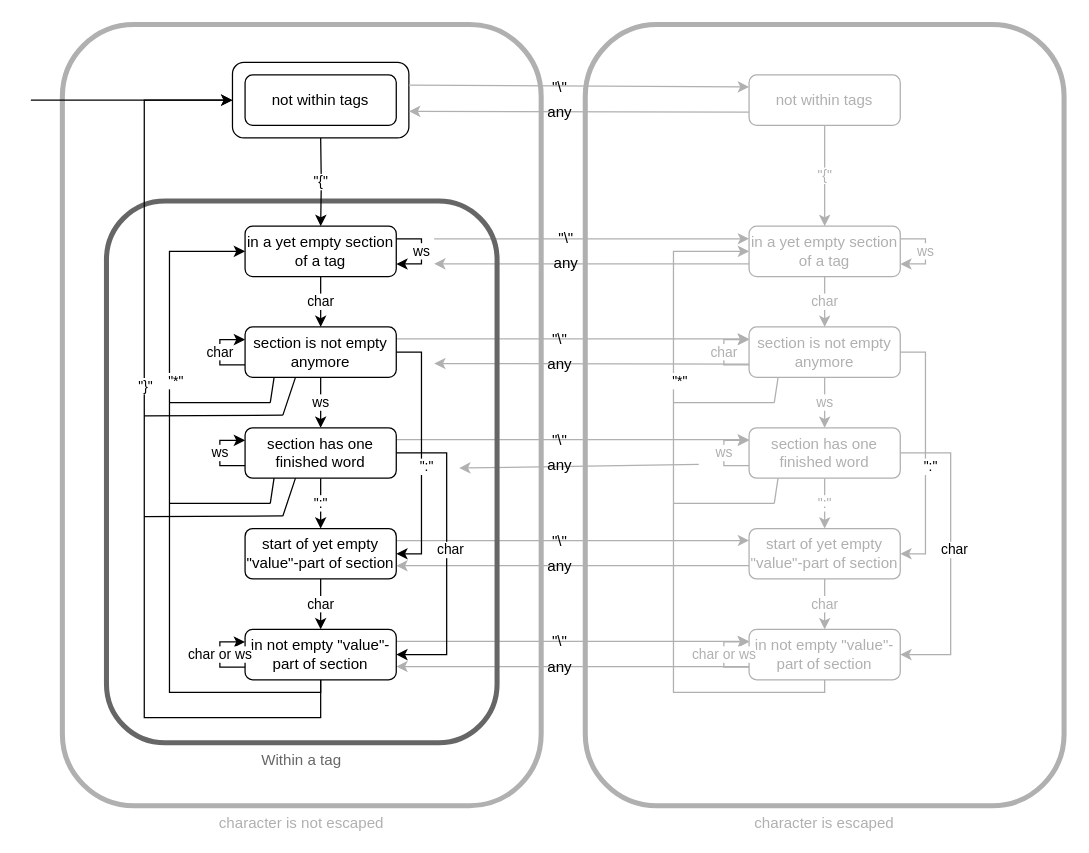
Earlier version of the draw.io diagram docs/images/template-as-finite-state-machine.drawio (phseiff/gender-render). Source tidied: cells renumbered, new cells numbered last; positions are measured from the earlier drawing's top-left corner, leaving out a move shared by most shapes. Both pictures are drawn from the tidied source at 126%, with x=0, y=0 at pixel (30, 24).
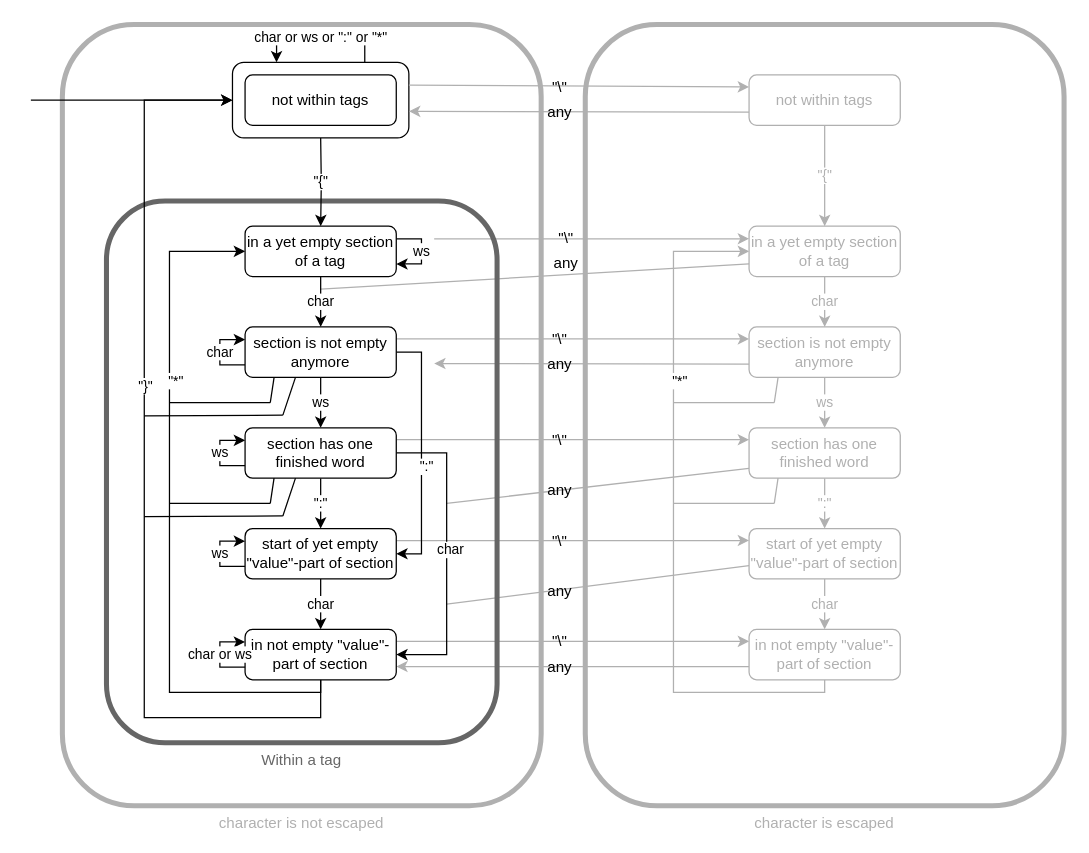
After the change.

The change refers to these unchanged cells:
```xml
<mxCell id="3" style="rounded=1;whiteSpace=wrap;html=1;strokeWidth=1;fillColor=none;fontColor=#000000;" parent="1" vertex="1">
  <mxGeometry x="160" y="30" width="140" height="60" as="geometry" />
</mxCell>
<mxCell id="18" value="&lt;font color=&quot;#666666&quot;&gt;Within a tag&lt;/font&gt;" style="rounded=1;whiteSpace=wrap;html=1;fillColor=none;strokeWidth=4;labelPosition=center;verticalLabelPosition=bottom;align=center;verticalAlign=top;strokeColor=#666666;" parent="1" vertex="1">
  <mxGeometry x="60" y="140" width="310" height="430" as="geometry" />
</mxCell>
<mxCell id="34" value="start of yet empty &quot;value&quot;-part of section " style="rounded=1;whiteSpace=wrap;html=1;" parent="1" vertex="1">
  <mxGeometry x="170" y="400" width="120" height="40" as="geometry" />
</mxCell>
<mxCell id="49" value="in a yet empty section of a tag" style="rounded=1;whiteSpace=wrap;html=1;fontColor=#B0B0B0;strokeColor=#B0B0B0;" parent="1" vertex="1">
  <mxGeometry x="570" y="160" width="120" height="40" as="geometry" />
</mxCell>
<mxCell id="55" value="section is not empty anymore" style="rounded=1;whiteSpace=wrap;html=1;fontColor=#B0B0B0;strokeColor=#B0B0B0;" parent="1" vertex="1">
  <mxGeometry x="570" y="240" width="120" height="40" as="geometry" />
</mxCell>
<mxCell id="59" value="section has one finished word" style="rounded=1;whiteSpace=wrap;html=1;fontColor=#B0B0B0;strokeColor=#B0B0B0;" parent="1" vertex="1">
  <mxGeometry x="570" y="320" width="120" height="40" as="geometry" />
</mxCell>
<mxCell id="61" value="start of yet empty &quot;value&quot;-part of section " style="rounded=1;whiteSpace=wrap;html=1;fontColor=#B0B0B0;strokeColor=#B0B0B0;" parent="1" vertex="1">
  <mxGeometry x="570" y="400" width="120" height="40" as="geometry" />
</mxCell>
<mxCell id="65" value="in not empty &quot;value&quot;-part of section" style="rounded=1;whiteSpace=wrap;html=1;fontColor=#B0B0B0;strokeColor=#B0B0B0;" parent="1" vertex="1">
  <mxGeometry x="570" y="480" width="120" height="40" as="geometry" />
</mxCell>
```

Diff of the diagram source:
```diff
@@
+    <mxCell id="17" value="&lt;font color=&quot;#B0B0B0&quot;&gt;character is escaped&lt;br&gt;&lt;/font&gt;" style="rounded=1;whiteSpace=wrap;html=1;fillColor=none;strokeColor=#B0B0B0;strokeWidth=4;labelPosition=center;verticalLabelPosition=bottom;align=center;verticalAlign=top;" parent="1" vertex="1">
+      <mxGeometry x="440" width="380" height="620" as="geometry" />
+    </mxCell>
+    <mxCell id="16" value="&lt;font color=&quot;#B0B0B0&quot;&gt;character is not escaped&lt;br&gt;&lt;/font&gt;" style="rounded=1;whiteSpace=wrap;html=1;fillColor=none;strokeColor=#B0B0B0;strokeWidth=4;labelPosition=center;verticalLabelPosition=bottom;align=center;verticalAlign=top;" parent="1" vertex="1">
+      <mxGeometry x="25" width="380" height="620" as="geometry" />
+    </mxCell>
@@
-    <mxCell id="5" style="endArrow=classic;html=1;fontColor=#000000;exitX=0;exitY=0.75;exitDx=0;exitDy=0;entryX=0.839;entryY=0.116;entryDx=0;entryDy=0;strokeColor=#B0B0B0;entryPerimeter=0;" parent="1" edge="1" source="49" target="18">
-      <mxGeometry relative="1" as="geometry" />
+    <mxCell id="5" style="endArrow=none;html=1;fontColor=#000000;exitX=0;exitY=0.75;exitDx=0;exitDy=0;strokeColor=#B0B0B0;endFill=0;" parent="1" edge="1" source="49">
+      <mxGeometry relative="1" as="geometry">
+        <mxPoint x="230" y="210" as="targetPoint" />
+      </mxGeometry>
     </mxCell>
@@
-    <mxCell id="9" style="endArrow=classic;html=1;fontColor=#000000;strokeColor=#B0B0B0;entryX=0.903;entryY=0.493;entryDx=0;entryDy=0;entryPerimeter=0;exitX=0.237;exitY=0.563;exitDx=0;exitDy=0;exitPerimeter=0;" parent="1" edge="1" source="17" target="18">
-      <mxGeometry relative="1" as="geometry" />
+    <mxCell id="9" style="endArrow=none;html=1;fontColor=#000000;strokeColor=#B0B0B0;endFill=0;exitX=0.342;exitY=0.568;exitDx=0;exitDy=0;exitPerimeter=0;" parent="1" edge="1" source="17">
+      <mxGeometry relative="1" as="geometry">
+        <mxPoint x="330" y="380" as="targetPoint" />
+      </mxGeometry>
     </mxCell>
@@
-    <mxCell id="11" style="endArrow=classic;html=1;fontColor=#000000;exitX=0;exitY=0.75;exitDx=0;exitDy=0;entryX=1;entryY=0.75;entryDx=0;entryDy=0;strokeColor=#B0B0B0;" parent="1" edge="1">
+    <mxCell id="11" style="endArrow=none;html=1;fontColor=#000000;exitX=0;exitY=0.75;exitDx=0;exitDy=0;strokeColor=#B0B0B0;endFill=0;" parent="1" edge="1">
       <mxGeometry relative="1" as="geometry">
         <mxPoint x="570" y="429.5" as="sourcePoint" />
-        <mxPoint x="290" y="429.5" as="targetPoint" />
+        <mxPoint x="330" y="460" as="targetPoint" />
       </mxGeometry>
     </mxCell>
@@
-    <mxCell id="16" value="&lt;font color=&quot;#B0B0B0&quot;&gt;character is not escaped&lt;br&gt;&lt;/font&gt;" style="rounded=1;whiteSpace=wrap;html=1;fillColor=none;strokeColor=#B0B0B0;strokeWidth=4;labelPosition=center;verticalLabelPosition=bottom;align=center;verticalAlign=top;" parent="1" vertex="1">
-      <mxGeometry x="25" width="380" height="620" as="geometry" />
-    </mxCell>
-    <mxCell id="17" value="&lt;font color=&quot;#B0B0B0&quot;&gt;character is escaped&lt;br&gt;&lt;/font&gt;" style="rounded=1;whiteSpace=wrap;html=1;fillColor=none;strokeColor=#B0B0B0;strokeWidth=4;labelPosition=center;verticalLabelPosition=bottom;align=center;verticalAlign=top;" parent="1" vertex="1">
-      <mxGeometry x="440" width="380" height="620" as="geometry" />
-    </mxCell>
@@
-    <mxCell id="50" value="ws" style="edgeStyle=orthogonalEdgeStyle;rounded=0;orthogonalLoop=1;jettySize=auto;html=1;fontColor=#B0B0B0;strokeColor=#B0B0B0;" parent="1" edge="1" source="49" target="49">
-      <mxGeometry relative="1" as="geometry" />
-    </mxCell>
@@
-    <mxCell id="52" style="edgeStyle=orthogonalEdgeStyle;rounded=0;jettySize=auto;html=1;entryX=1;entryY=0.5;entryDx=0;entryDy=0;fontColor=#B0B0B0;strokeColor=#B0B0B0;" parent="1" edge="1" source="55" target="61">
-      <mxGeometry relative="1" as="geometry">
-        <Array as="points">
-          <mxPoint x="710" y="260" />
-          <mxPoint x="710" y="420" />
-        </Array>
-      </mxGeometry>
-    </mxCell>
-    <mxCell id="53" value="&quot;:&quot;" style="edgeLabel;html=1;align=center;verticalAlign=middle;" parent="52" vertex="1">
-      <mxGeometry x="0.1" y="3" relative="1" as="geometry" />
-    </mxCell>
-    <mxCell id="54" value="char" style="edgeStyle=orthogonalEdgeStyle;rounded=0;orthogonalLoop=1;jettySize=auto;html=1;entryX=0;entryY=0.25;entryDx=0;entryDy=0;exitX=0;exitY=0.75;exitDx=0;exitDy=0;fontColor=#B0B0B0;strokeColor=#B0B0B0;" parent="1" edge="1" source="55" target="55">
-      <mxGeometry relative="1" as="geometry">
-        <Array as="points">
-          <mxPoint x="550" y="270" />
-          <mxPoint x="550" y="250" />
-        </Array>
-      </mxGeometry>
-    </mxCell>
@@
-    <mxCell id="57" style="edgeStyle=orthogonalEdgeStyle;rounded=0;jettySize=auto;html=1;entryX=1;entryY=0.5;entryDx=0;entryDy=0;fontColor=#B0B0B0;strokeColor=#B0B0B0;" parent="1" edge="1" source="59" target="65">
-      <mxGeometry relative="1" as="geometry">
-        <Array as="points">
-          <mxPoint x="730" y="340" />
-          <mxPoint x="730" y="500" />
-        </Array>
-      </mxGeometry>
-    </mxCell>
-    <mxCell id="58" value="char" style="edgeLabel;html=1;align=center;verticalAlign=middle;" parent="57" vertex="1">
-      <mxGeometry x="-0.03" y="2" relative="1" as="geometry" />
-    </mxCell>
@@
-    <mxCell id="62" value="ws" style="edgeStyle=orthogonalEdgeStyle;rounded=0;orthogonalLoop=1;jettySize=auto;html=1;entryX=0;entryY=0.25;entryDx=0;entryDy=0;exitX=0;exitY=0.75;exitDx=0;exitDy=0;fontColor=#B0B0B0;strokeColor=#B0B0B0;" parent="1" edge="1">
-      <mxGeometry relative="1" as="geometry">
-        <mxPoint x="570" y="350" as="sourcePoint" />
-        <mxPoint x="570" y="330" as="targetPoint" />
-        <Array as="points">
-          <mxPoint x="550" y="350" />
-          <mxPoint x="550" y="330" />
-        </Array>
-      </mxGeometry>
-    </mxCell>
@@
-    <mxCell id="66" value="char or ws" style="edgeStyle=orthogonalEdgeStyle;rounded=0;orthogonalLoop=1;jettySize=auto;html=1;entryX=0;entryY=0.25;entryDx=0;entryDy=0;exitX=0;exitY=0.75;exitDx=0;exitDy=0;fontColor=#B0B0B0;strokeColor=#B0B0B0;" parent="1" edge="1">
-      <mxGeometry relative="1" as="geometry">
-        <mxPoint x="570" y="510" as="sourcePoint" />
-        <mxPoint x="570" y="490" as="targetPoint" />
-        <Array as="points">
-          <mxPoint x="550" y="510" />
-          <mxPoint x="550" y="490" />
-        </Array>
-      </mxGeometry>
-    </mxCell>
@@
     <mxCell id="82" value="any" style="text;html=1;strokeColor=none;fillColor=none;align=center;verticalAlign=middle;whiteSpace=wrap;rounded=0;fontColor=#000000;" parent="1" vertex="1">
-      <mxGeometry x="400" y="340" width="40" height="20" as="geometry" />
+      <mxGeometry x="400" y="360" width="40" height="20" as="geometry" />
     </mxCell>
@@
     <mxCell id="84" value="any" style="text;html=1;strokeColor=none;fillColor=none;align=center;verticalAlign=middle;whiteSpace=wrap;rounded=0;fontColor=#000000;" parent="1" vertex="1">
-      <mxGeometry x="400" y="420" width="40" height="20" as="geometry" />
+      <mxGeometry x="400" y="440" width="40" height="20" as="geometry" />
     </mxCell>
@@
+    <mxCell id="87" value="char or ws or &quot;:&quot; or &quot;*&quot;" style="edgeStyle=orthogonalEdgeStyle;rounded=0;orthogonalLoop=1;jettySize=auto;html=1;exitX=0.75;exitY=0;exitDx=0;exitDy=0;entryX=0.25;entryY=0;entryDx=0;entryDy=0;" parent="1" edge="1" source="3" target="3">
+      <mxGeometry relative="1" as="geometry">
+        <Array as="points">
+          <mxPoint x="265" y="10" />
+          <mxPoint x="195" y="10" />
+        </Array>
+      </mxGeometry>
+    </mxCell>
+    <mxCell id="88" value="ws" style="edgeStyle=orthogonalEdgeStyle;rounded=0;orthogonalLoop=1;jettySize=auto;html=1;exitX=0;exitY=0.75;exitDx=0;exitDy=0;entryX=0;entryY=0.25;entryDx=0;entryDy=0;" parent="1" edge="1" source="34" target="34">
+      <mxGeometry relative="1" as="geometry">
+        <Array as="points">
+          <mxPoint x="150" y="430" />
+          <mxPoint x="150" y="410" />
+        </Array>
+      </mxGeometry>
+    </mxCell>
```
